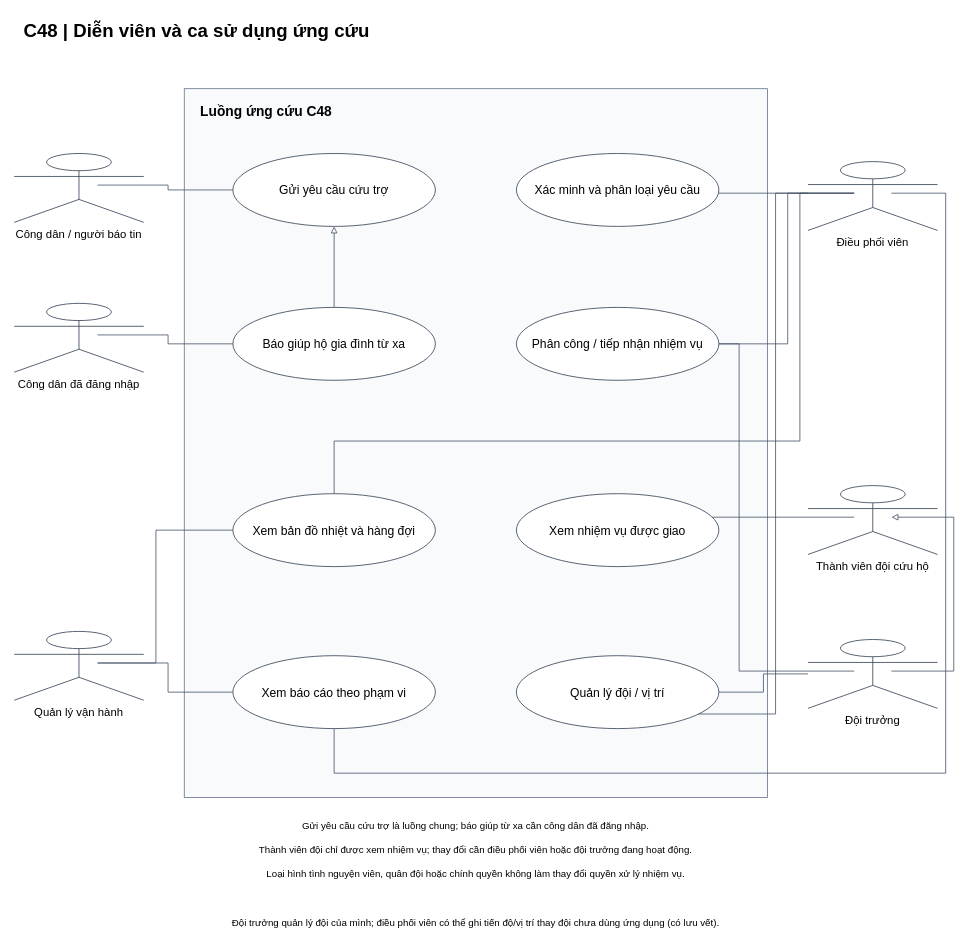
Earlier version of the draw.io diagram docs/diagrams/c48-response-use-cases.drawio (sangvirgo/disaster-relief-management). Source tidied: cells renumbered, new cells numbered last; positions are measured from the earlier drawing's top-left corner, leaving out a move shared by most shapes. Both pictures are drawn from the tidied source at 81%, with x=0, y=0 at pixel (14, 14).
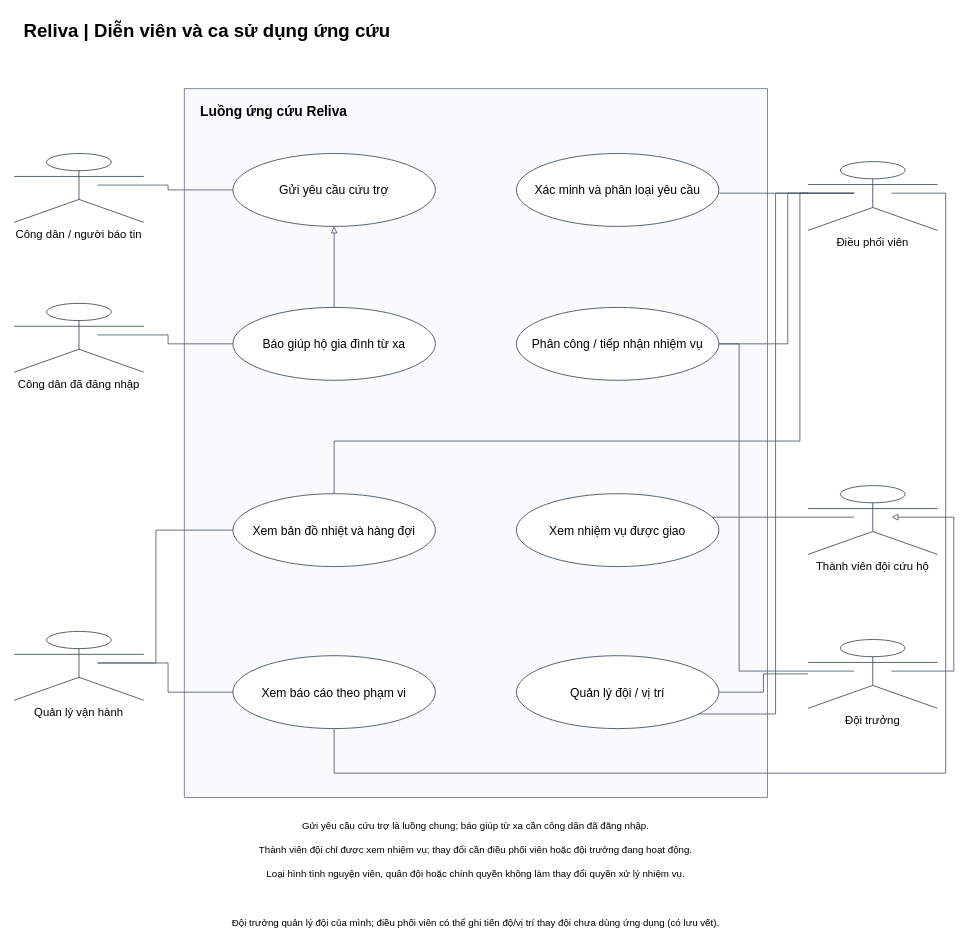
The same page after the edit.

What changed in the source:
```diff
@@
-    <mxCell id="2" value="C48 | Diễn viên và ca sử dụng ứng cứu" style="text;html=0;fontSize=23;fontStyle=1;align=left;strokeColor=none;fillColor=none;" parent="1" vertex="1">
+    <mxCell id="2" value="Reliva | Diễn viên và ca sử dụng ứng cứu" style="text;html=0;fontSize=23;fontStyle=1;align=left;strokeColor=none;fillColor=none;" parent="1" vertex="1">
       <mxGeometry x="10" width="1120" height="45" as="geometry" />
     </mxCell>
-    <mxCell id="3" value="Luồng ứng cứu C48" style="rounded=0;whiteSpace=wrap;html=0;verticalAlign=top;align=left;spacingLeft=18;spacingTop=12;fontStyle=1;fontSize=17;fillColor=#f8fafc;strokeColor=#64748b;" parent="1" vertex="1">
+    <mxCell id="3" value="Luồng ứng cứu Reliva" style="rounded=0;whiteSpace=wrap;html=0;verticalAlign=top;align=left;spacingLeft=18;spacingTop=12;fontStyle=1;fontSize=17;fillColor=#f8fafc;strokeColor=#64748b;" parent="1" vertex="1">
       <mxGeometry x="210" y="92" width="720" height="875" as="geometry" />
     </mxCell>
```
